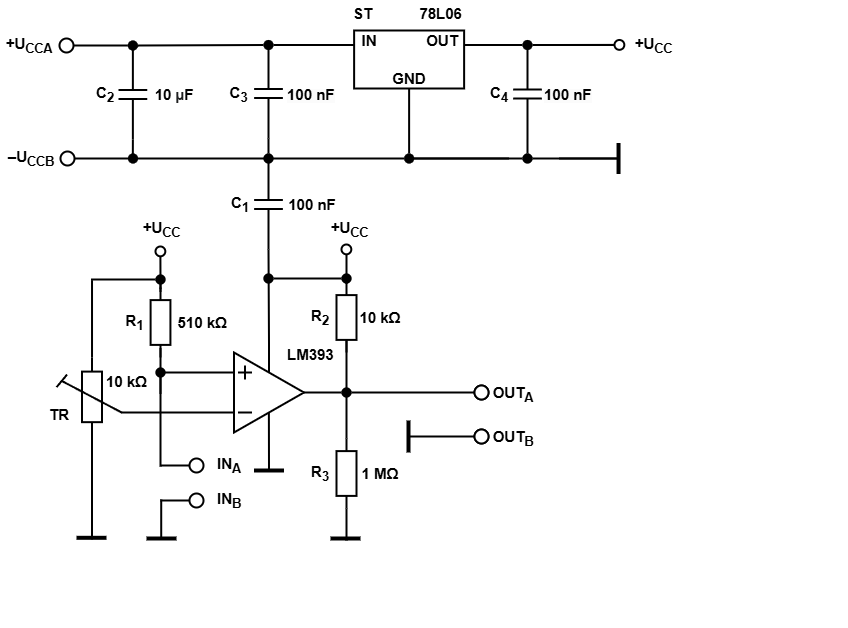
Earlier version of the draw.io export FC28.drawio.png (MarosFandel/Digital-elektronics-1). Source tidied: cells renumbered, new cells last; positions are measured from the earlier drawing's top-left corner, leaving out a move shared by most shapes.
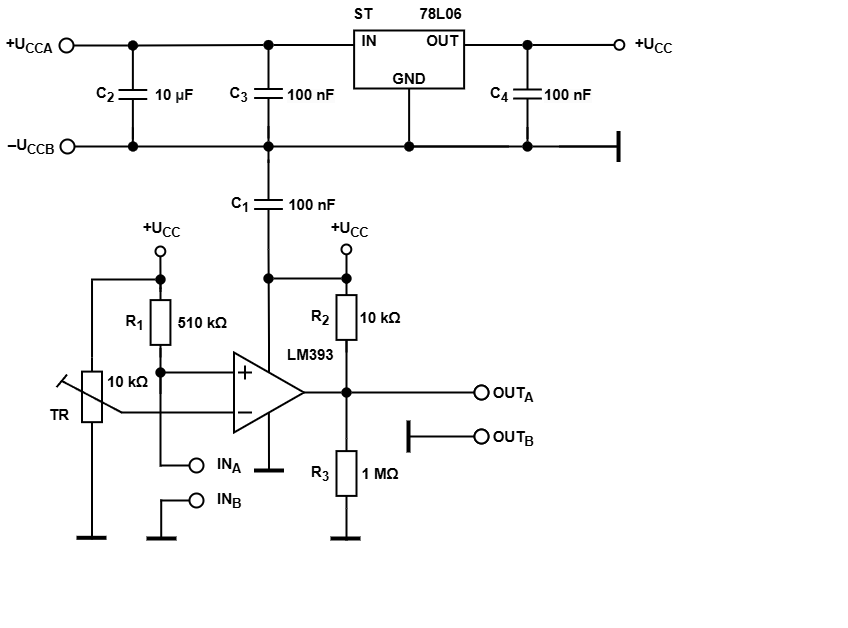
After the change.

What changed in the source:
```diff
@@ -265,10 +265,10 @@
       <mxGeometry y="30" width="60" height="30" as="geometry" />
     </mxCell>
     <mxCell id="63" style="ellipse;whiteSpace=wrap;html=1;strokeWidth=2;" parent="1" vertex="1">
-      <mxGeometry x="61" y="151" width="14" height="14" as="geometry" />
+      <mxGeometry x="61" y="139" width="14" height="14" as="geometry" />
     </mxCell>
     <mxCell id="64" value="&lt;b style=&quot;font-size: 15px;&quot;&gt;–&lt;/b&gt;&lt;span style=&quot;font-size: 15px;&quot;&gt;&lt;b&gt;U&lt;sub&gt;CCB&lt;/sub&gt;&lt;/b&gt;&lt;/span&gt;" style="text;html=1;align=center;verticalAlign=middle;whiteSpace=wrap;rounded=0;" parent="1" vertex="1">
-      <mxGeometry x="2" y="143" width="60" height="30" as="geometry" />
+      <mxGeometry x="2" y="131" width="60" height="30" as="geometry" />
     </mxCell>
     <mxCell id="65" style="verticalLabelPosition=bottom;shadow=0;dashed=0;align=center;html=1;verticalAlign=top;shape=mxgraph.electrical.capacitors.capacitor_1;strokeWidth=2;direction=south;" parent="1" vertex="1">
       <mxGeometry x="119" y="49" width="28.8" height="90" as="geometry" />
@@ -286,14 +286,14 @@
       <mxGeometry x="128.4" y="40" width="10" height="10" as="geometry" />
     </mxCell>
     <mxCell id="70" style="ellipse;fillColor=strokeColor;html=1;strokeWidth=0;" parent="1" vertex="1">
-      <mxGeometry x="128.5" y="153" width="10" height="10" as="geometry" />
+      <mxGeometry x="128.5" y="141" width="10" height="10" as="geometry" />
     </mxCell>
     <mxCell id="71" value="&lt;span style=&quot;font-size: 15px;&quot;&gt;&lt;b&gt;IN&lt;/b&gt;&lt;/span&gt;" style="text;html=1;align=center;verticalAlign=middle;whiteSpace=wrap;rounded=0;" parent="1" vertex="1">
       <mxGeometry x="400" y="25" width="60" height="30" as="geometry" />
     </mxCell>
     <mxCell id="72" style="endArrow=none;html=1;rounded=0;strokeWidth=2;" parent="1" edge="1" source="77">
       <mxGeometry relative="1" as="geometry">
-        <mxPoint x="410.6" y="158" as="targetPoint" />
+        <mxPoint x="410.6" y="146" as="targetPoint" />
       </mxGeometry>
     </mxCell>
     <mxCell id="73" style="rounded=0;whiteSpace=wrap;html=1;strokeWidth=2;" parent="1" vertex="1">
@@ -309,7 +309,7 @@
       <mxGeometry relative="1" as="geometry" />
     </mxCell>
     <mxCell id="77" style="ellipse;fillColor=strokeColor;html=1;strokeWidth=0;" parent="1" vertex="1">
-      <mxGeometry x="404.6" y="153" width="10" height="10" as="geometry" />
+      <mxGeometry x="404.6" y="141" width="10" height="10" as="geometry" />
     </mxCell>
     <mxCell id="78" style="endArrow=none;html=1;rounded=0;exitX=1;exitY=0.25;exitDx=0;exitDy=0;strokeWidth=2;entryX=0;entryY=0.5;entryDx=0;entryDy=0;" parent="1" edge="1" source="73">
       <mxGeometry relative="1" as="geometry">
@@ -318,7 +318,7 @@
     </mxCell>
     <mxCell id="79" style="endArrow=none;html=1;rounded=0;exitX=1;exitY=0.5;exitDx=0;exitDy=0;entryX=0;entryY=0.5;entryDx=0;entryDy=0;strokeWidth=2;" parent="1" edge="1" source="77">
       <mxGeometry relative="1" as="geometry">
-        <mxPoint x="509.4" y="158" as="targetPoint" />
+        <mxPoint x="509.4" y="146" as="targetPoint" />
       </mxGeometry>
     </mxCell>
     <mxCell id="80" style="endArrow=none;html=1;rounded=0;entryX=0;entryY=0.5;entryDx=0;entryDy=0;strokeWidth=2;" parent="1" edge="1" target="91">
@@ -328,12 +328,12 @@
     </mxCell>
     <mxCell id="81" style="endArrow=none;html=1;rounded=0;entryX=0;entryY=0.5;entryDx=0;entryDy=0;exitX=1;exitY=0.5;exitDx=0;exitDy=0;strokeWidth=2;" parent="1" edge="1" target="92">
       <mxGeometry relative="1" as="geometry">
-        <mxPoint x="413" y="158" as="sourcePoint" />
+        <mxPoint x="413" y="146" as="sourcePoint" />
       </mxGeometry>
     </mxCell>
     <mxCell id="82" style="endArrow=none;html=1;rounded=0;entryX=1;entryY=0.5;entryDx=0;entryDy=0;strokeWidth=2;exitX=0;exitY=0.5;exitDx=0;exitDy=0;" parent="1" edge="1" target="92">
       <mxGeometry relative="1" as="geometry">
-        <mxPoint x="620.4" y="158" as="sourcePoint" />
+        <mxPoint x="620.4" y="146" as="sourcePoint" />
       </mxGeometry>
     </mxCell>
     <mxCell id="83" style="endArrow=none;html=1;rounded=0;strokeWidth=2;entryX=1;entryY=0.5;entryDx=0;entryDy=0;exitX=0;exitY=0.5;exitDx=0;exitDy=0;" parent="1" edge="1" target="91">
@@ -343,14 +343,14 @@
     </mxCell>
     <mxCell id="84" style="endArrow=none;html=1;rounded=0;strokeWidth=4;" parent="1" edge="1">
       <mxGeometry relative="1" as="geometry">
-        <mxPoint x="619" y="173.5" as="sourcePoint" />
-        <mxPoint x="619" y="142.5" as="targetPoint" />
+        <mxPoint x="619" y="161.5" as="sourcePoint" />
+        <mxPoint x="619" y="130.5" as="targetPoint" />
       </mxGeometry>
     </mxCell>
     <mxCell id="85" style="endArrow=none;html=1;rounded=0;entryX=1;entryY=0.5;entryDx=0;entryDy=0;strokeWidth=2;" parent="1" edge="1">
       <mxGeometry relative="1" as="geometry">
-        <mxPoint x="619" y="158" as="sourcePoint" />
-        <mxPoint x="559.6" y="158" as="targetPoint" />
+        <mxPoint x="619" y="146" as="sourcePoint" />
+        <mxPoint x="559.6" y="146" as="targetPoint" />
       </mxGeometry>
     </mxCell>
     <mxCell id="86" style="ellipse;whiteSpace=wrap;html=1;strokeWidth=2;" parent="1" vertex="1">
@@ -374,10 +374,12 @@
       <mxGeometry x="50" width="10" height="10" as="geometry" />
     </mxCell>
     <mxCell id="92" style="ellipse;fillColor=strokeColor;html=1;strokeWidth=0;" parent="89" vertex="1">
-      <mxGeometry x="50" y="113.5" width="10" height="10" as="geometry" />
+      <mxGeometry x="50" y="101.5" width="10" height="10" as="geometry" />
     </mxCell>
-    <mxCell id="93" style="endArrow=none;html=1;rounded=0;entryX=0.5;entryY=0;entryDx=0;entryDy=0;exitX=1;exitY=0.5;exitDx=0;exitDy=0;exitPerimeter=0;strokeWidth=2;" parent="89" edge="1" source="90" target="92">
-      <mxGeometry relative="1" as="geometry" />
+    <mxCell id="93" style="endArrow=none;html=1;rounded=0;entryX=0.5;entryY=0;entryDx=0;entryDy=0;exitX=1;exitY=0.5;exitDx=0;exitDy=0;exitPerimeter=0;strokeWidth=2;" parent="89" edge="1" target="92">
+      <mxGeometry relative="1" as="geometry">
+        <mxPoint x="55" y="87" as="sourcePoint" />
+      </mxGeometry>
     </mxCell>
     <mxCell id="94" value="&lt;font style=&quot;font-size: 15px;&quot;&gt;&lt;b&gt;C&lt;sub style=&quot;&quot;&gt;4&lt;/sub&gt;&lt;/b&gt;&lt;/font&gt;" style="text;html=1;align=center;verticalAlign=middle;whiteSpace=wrap;rounded=0;" parent="89" vertex="1">
       <mxGeometry x="-3" y="39.5" width="60" height="30" as="geometry" />
@@ -415,20 +417,27 @@
     <mxCell id="105" value="&lt;b style=&quot;forced-color-adjust: none; color: rgb(0, 0, 0); font-family: Helvetica; font-size: 12px; font-style: normal; font-variant-ligatures: normal; font-variant-caps: normal; letter-spacing: normal; orphans: 2; text-align: center; text-indent: 0px; text-transform: none; widows: 2; word-spacing: 0px; -webkit-text-stroke-width: 0px; white-space: normal; background-color: rgb(251, 251, 251); text-decoration-thickness: initial; text-decoration-style: initial; text-decoration-color: initial;&quot;&gt;&lt;font style=&quot;forced-color-adjust: none; font-size: 15px;&quot;&gt;100 nF&lt;/font&gt;&lt;/b&gt;" style="text;whiteSpace=wrap;html=1;" parent="101" vertex="1">
       <mxGeometry x="70" y="39.5" width="70" height="40" as="geometry" />
     </mxCell>
+    <mxCell id="128" style="endArrow=none;html=1;rounded=0;entryX=0.5;entryY=0;entryDx=0;entryDy=0;exitX=1;exitY=0.5;exitDx=0;exitDy=0;exitPerimeter=0;strokeWidth=2;" parent="101" edge="1">
+      <mxGeometry relative="1" as="geometry">
+        <mxPoint x="53" y="108.5" as="sourcePoint" />
+        <mxPoint x="53" y="123.5" as="targetPoint" />
+      </mxGeometry>
+    </mxCell>
     <mxCell id="106" style="endArrow=none;html=1;rounded=0;exitX=1;exitY=0.5;exitDx=0;exitDy=0;strokeWidth=2;" parent="1" edge="1" source="103">
       <mxGeometry relative="1" as="geometry">
         <mxPoint x="355" y="44.5" as="targetPoint" />
       </mxGeometry>
     </mxCell>
     <mxCell id="107" style="ellipse;fillColor=strokeColor;html=1;strokeWidth=0;" parent="1" vertex="1">
-      <mxGeometry x="264" y="153" width="10" height="10" as="geometry" />
+      <mxGeometry x="264" y="141" width="10" height="10" as="geometry" />
     </mxCell>
     <mxCell id="108" value="&lt;span style=&quot;font-size: 15px;&quot;&gt;&lt;b&gt;ST&amp;nbsp; &amp;nbsp;&lt;sub&gt;&amp;nbsp; &amp;nbsp; &amp;nbsp; &amp;nbsp; &amp;nbsp;&amp;nbsp;&lt;/sub&gt;78L06&lt;/b&gt;&lt;/span&gt;" style="text;html=1;align=left;verticalAlign=middle;whiteSpace=wrap;rounded=0;" parent="1" vertex="1">
       <mxGeometry x="352" width="125" height="30" as="geometry" />
     </mxCell>
-    <mxCell id="109" style="endArrow=none;html=1;rounded=0;entryX=0.5;entryY=0;entryDx=0;entryDy=0;strokeWidth=2;exitX=1;exitY=0.5;exitDx=0;exitDy=0;exitPerimeter=0;" parent="1" edge="1" source="65">
+    <mxCell id="109" style="endArrow=none;html=1;rounded=0;entryX=0.5;entryY=0;entryDx=0;entryDy=0;strokeWidth=2;exitX=1;exitY=0.5;exitDx=0;exitDy=0;exitPerimeter=0;" parent="1" edge="1">
       <mxGeometry relative="1" as="geometry">
-        <mxPoint x="133.3" y="154" as="targetPoint" />
+        <mxPoint x="133.4" y="127" as="sourcePoint" />
+        <mxPoint x="133.3" y="142" as="targetPoint" />
       </mxGeometry>
     </mxCell>
     <mxCell id="110" style="group;" parent="1" vertex="1">
@@ -468,8 +477,10 @@
         <mxPoint x="274" y="278" as="targetPoint" />
       </mxGeometry>
     </mxCell>
-    <mxCell id="121" style="endArrow=none;html=1;rounded=0;entryX=0.5;entryY=0;entryDx=0;entryDy=0;exitX=1;exitY=0.5;exitDx=0;exitDy=0;exitPerimeter=0;strokeWidth=2;" parent="1" edge="1" source="102" target="107">
-      <mxGeometry relative="1" as="geometry" />
+    <mxCell id="121" style="endArrow=none;html=1;rounded=0;entryX=0.5;entryY=0;entryDx=0;entryDy=0;exitX=1;exitY=0.5;exitDx=0;exitDy=0;exitPerimeter=0;strokeWidth=2;" parent="1" edge="1" target="107">
+      <mxGeometry relative="1" as="geometry">
+        <mxPoint x="269" y="126" as="sourcePoint" />
+      </mxGeometry>
     </mxCell>
     <mxCell id="122" style="endArrow=none;html=1;rounded=0;exitX=0;exitY=0.5;exitDx=0;exitDy=0;exitPerimeter=0;strokeWidth=2;" parent="1" edge="1">
       <mxGeometry relative="1" as="geometry">
```
